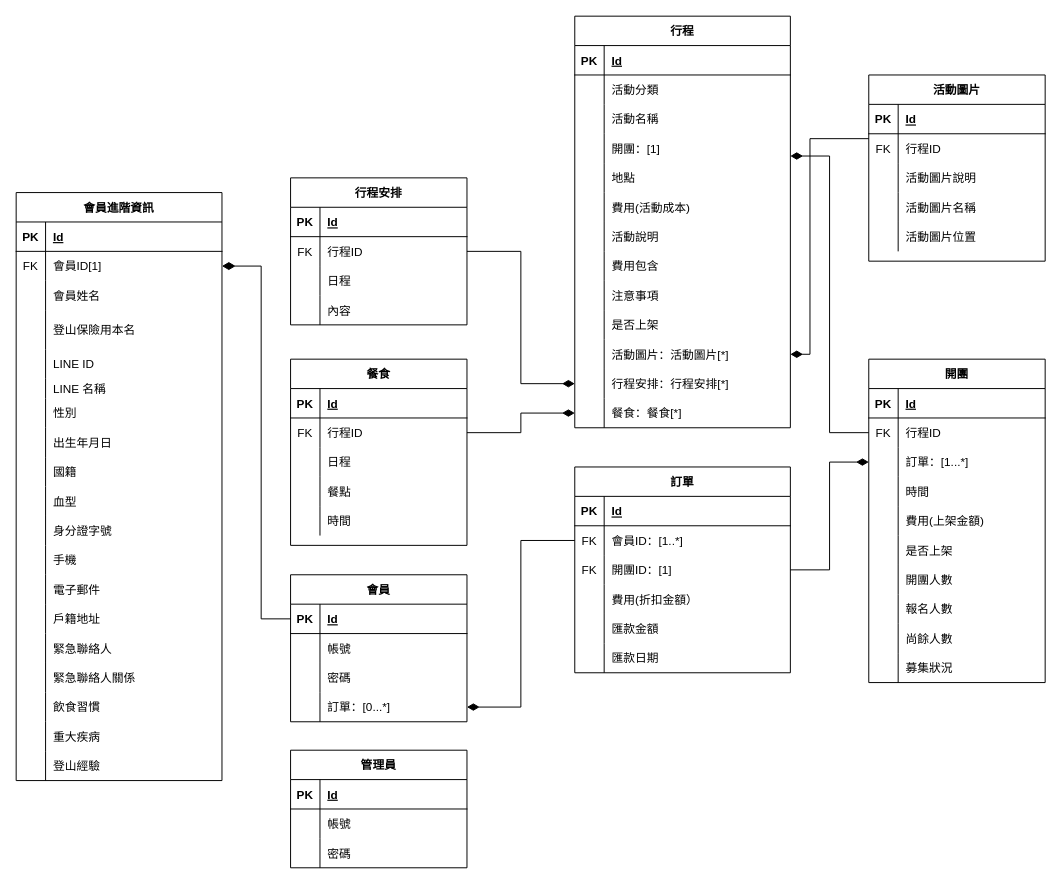
Yizi-Yeh/MT-Databaseplanning keeps this draw.io diagram as Untitled Diagram.drawio. Above is the earlier version. Source tidied: cells renumbered, new cells numbered last; positions are measured from the earlier drawing's top-left corner, leaving out a move shared by most shapes. Both pictures are drawn from the tidied source at 98%, with x=0, y=0 at pixel (16, 16).
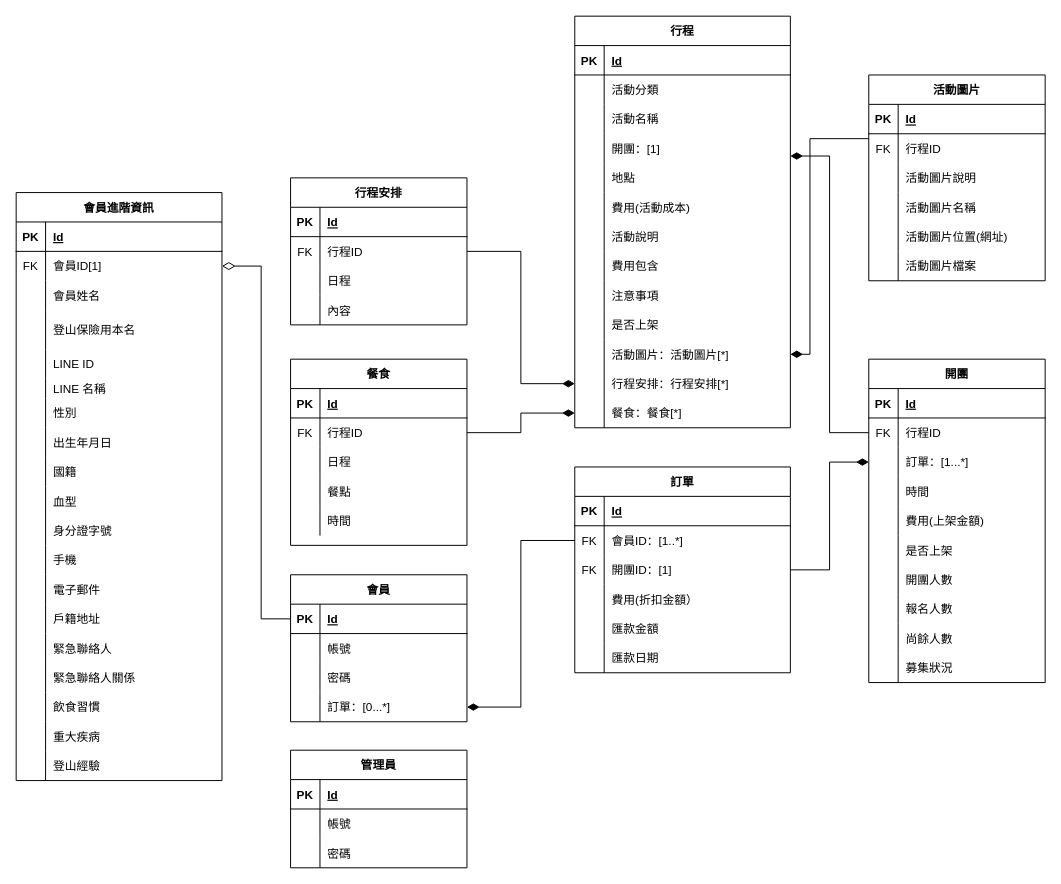
The same diagram, later.

The change refers to these unchanged cells:
```xml
<mxCell id="115" style="shape=partialRectangle;fillColor=none;top=0;left=0;bottom=0;right=0;" parent="102" vertex="1">
  <mxGeometry y="150" width="180" height="30" as="geometry" />
</mxCell>
<mxCell id="119" style="shape=partialRectangle;fillColor=none;top=0;left=0;bottom=1;right=0;points=[[0,0.5],[1,0.5]];portConstraint=eastwest;" parent="118" vertex="1">
  <mxGeometry y="30" width="180" height="30" as="geometry" />
</mxCell>
<mxCell id="170" style="shape=partialRectangle;fillColor=none;top=0;left=0;bottom=0;right=0;points=[[0,0.5],[1,0.5]];portConstraint=eastwest;" parent="166" vertex="1">
  <mxGeometry y="60" width="210" height="30" as="geometry" />
</mxCell>
```

Change to the diagram source:
```diff
@@
     <mxCell id="102" value="活動圖片" style="shape=table;startSize=30;childLayout=tableLayout;rowLines=0;fontStyle=1;align=center;fillColor=none;" parent="1" vertex="1">
-      <mxGeometry x="870" y="60" width="180" height="190" as="geometry" />
+      <mxGeometry x="870" y="60" width="180" height="210" as="geometry" />
     </mxCell>
@@
-    <mxCell id="117" value="活動圖片位置" style="shape=partialRectangle;fillColor=none;top=0;left=0;bottom=0;right=0;align=left;spacingLeft=6;overflow=hidden;" parent="115" vertex="1">
+    <mxCell id="117" value="活動圖片位置(網址)" style="shape=partialRectangle;fillColor=none;top=0;left=0;bottom=0;right=0;align=left;spacingLeft=6;overflow=hidden;" parent="115" vertex="1">
       <mxGeometry x="30" width="150" height="30" as="geometry" />
     </mxCell>
+    <mxCell id="225" style="shape=partialRectangle;fillColor=none;top=0;left=0;bottom=0;right=0;" parent="102" vertex="1">
+      <mxGeometry y="180" width="180" height="30" as="geometry" />
+    </mxCell>
+    <mxCell id="226" style="shape=partialRectangle;fillColor=none;top=0;left=0;bottom=0;right=0;overflow=hidden;" parent="225" vertex="1">
+      <mxGeometry width="30" height="30" as="geometry" />
+    </mxCell>
+    <mxCell id="227" value="活動圖片檔案" style="shape=partialRectangle;fillColor=none;top=0;left=0;bottom=0;right=0;align=left;spacingLeft=6;overflow=hidden;" parent="225" vertex="1">
+      <mxGeometry x="30" width="150" height="30" as="geometry" />
+    </mxCell>
@@
-    <mxCell id="224" style="edgeStyle=orthogonalEdgeStyle;rounded=0;jettySize=auto;html=1;exitX=0;exitY=0.5;exitDx=0;exitDy=0;entryX=1;entryY=0.5;entryDx=0;entryDy=0;endArrow=diamondThin;endFill=1;strokeWidth=1;endSize=11;" parent="1" edge="1" source="119" target="170">
+    <mxCell id="224" style="edgeStyle=orthogonalEdgeStyle;rounded=0;jettySize=auto;html=1;exitX=0;exitY=0.5;exitDx=0;exitDy=0;entryX=1;entryY=0.5;entryDx=0;entryDy=0;endArrow=diamondThin;endFill=0;strokeWidth=1;endSize=11;" parent="1" edge="1" source="119" target="170">
       <mxGeometry relative="1" as="geometry" />
     </mxCell>
```
